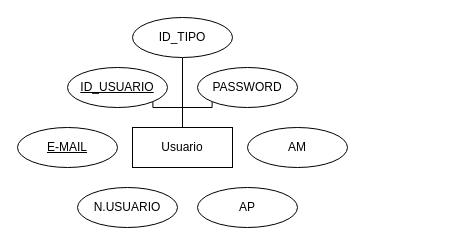
Before: Fundamentos.drawio in NexusVOID1312/Fundamento-Base-de-Datos, a draw.io diagram. Source tidied: cells renumbered, new cells numbered last; positions are measured from the earlier drawing's top-left corner, leaving out a move shared by most shapes. Both pictures are drawn from the tidied source at 100%, with x=0, y=0 at pixel (17, 17).
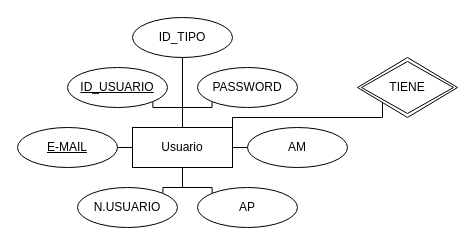
Above is the later version.

Commit message:
Entidad Usuario

The change refers to these unchanged cells:
```xml
<mxCell id="5" value="Usuario" style="whiteSpace=wrap;html=1;align=center;" parent="1" vertex="1">
  <mxGeometry x="115" y="110" width="100" height="40" as="geometry" />
</mxCell>
<mxCell id="7" value="N.USUARIO" style="ellipse;whiteSpace=wrap;html=1;align=center;" parent="1" vertex="1">
  <mxGeometry x="60" y="170" width="100" height="40" as="geometry" />
</mxCell>
<mxCell id="8" value="E-MAIL" style="ellipse;whiteSpace=wrap;html=1;align=center;fontStyle=4;" parent="1" vertex="1">
  <mxGeometry y="110" width="100" height="40" as="geometry" />
</mxCell>
<mxCell id="9" value="AP" style="ellipse;whiteSpace=wrap;html=1;align=center;" parent="1" vertex="1">
  <mxGeometry x="180" y="170" width="100" height="40" as="geometry" />
</mxCell>
<mxCell id="10" value="AM" style="ellipse;whiteSpace=wrap;html=1;align=center;" parent="1" vertex="1">
  <mxGeometry x="230" y="110" width="100" height="40" as="geometry" />
</mxCell>
```

What changed in the source:
```diff
@@
+    <mxCell id="13" style="edgeStyle=orthogonalEdgeStyle;rounded=0;jettySize=auto;html=1;endArrow=none;endFill=0;" parent="1" edge="1" source="5" target="8">
+      <mxGeometry relative="1" as="geometry" />
+    </mxCell>
+    <mxCell id="14" style="edgeStyle=orthogonalEdgeStyle;rounded=0;jettySize=auto;html=1;entryX=1;entryY=0;entryDx=0;entryDy=0;endArrow=none;endFill=0;" parent="1" edge="1" source="5" target="7">
+      <mxGeometry relative="1" as="geometry" />
+    </mxCell>
+    <mxCell id="15" style="edgeStyle=orthogonalEdgeStyle;rounded=0;jettySize=auto;html=1;entryX=0;entryY=0;entryDx=0;entryDy=0;endArrow=none;endFill=0;" parent="1" edge="1" source="5" target="9">
+      <mxGeometry relative="1" as="geometry" />
+    </mxCell>
+    <mxCell id="16" style="edgeStyle=orthogonalEdgeStyle;rounded=0;jettySize=auto;html=1;exitX=1;exitY=0;exitDx=0;exitDy=0;entryX=0;entryY=1;entryDx=0;entryDy=0;endArrow=none;endFill=0;" parent="1" edge="1" source="5" target="18">
+      <mxGeometry relative="1" as="geometry">
+        <Array as="points">
+          <mxPoint x="215" y="100" />
+          <mxPoint x="365" y="100" />
+        </Array>
+      </mxGeometry>
+    </mxCell>
@@
+    <mxCell id="17" style="edgeStyle=orthogonalEdgeStyle;rounded=0;jettySize=auto;html=1;exitX=0;exitY=0.5;exitDx=0;exitDy=0;entryX=1;entryY=0.5;entryDx=0;entryDy=0;endArrow=none;endFill=0;" parent="1" edge="1" source="10" target="5">
+      <mxGeometry relative="1" as="geometry" />
+    </mxCell>
@@
+    <mxCell id="18" value="TIENE" style="shape=rhombus;double=1;perimeter=rhombusPerimeter;whiteSpace=wrap;html=1;align=center;" parent="1" vertex="1">
+      <mxGeometry x="340" y="40" width="100" height="60" as="geometry" />
+    </mxCell>
```
